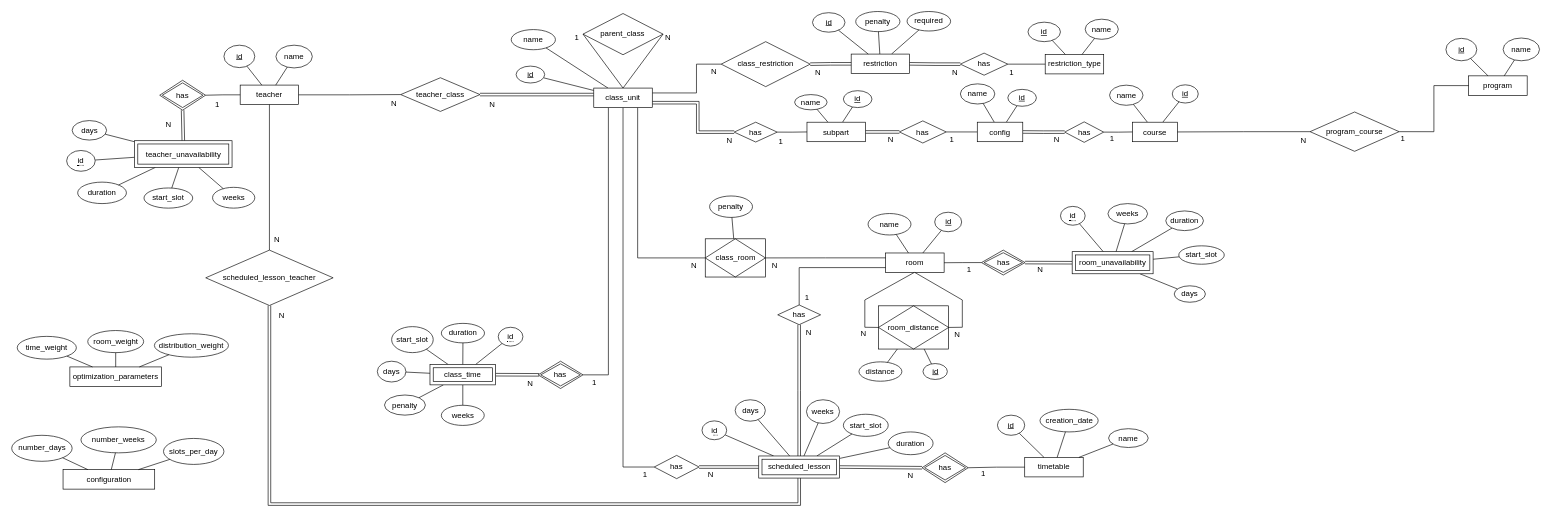
This is Tese/diagramas/base_dados_agendamento.drawio from RRamos19/Master-Thesis, a draw.io file, before an edit. Source tidied: cells renumbered, new cells numbered last; positions are measured from the earlier drawing's top-left corner, leaving out a move shared by most shapes. Both pictures are drawn from the tidied source at 65%, with x=0, y=0 at pixel (12, 11).
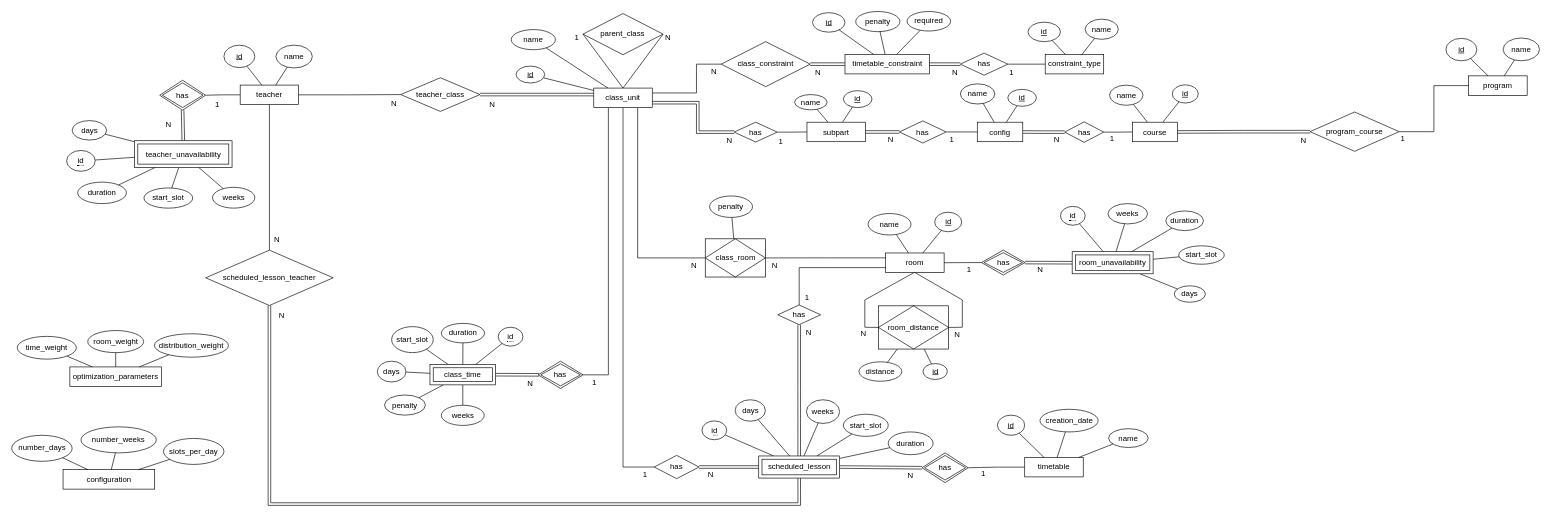
The same page after the edit.

The change refers to these unchanged cells:
```xml
<mxCell id="180" value="course" style="rounded=0;whiteSpace=wrap;html=1;" parent="1" vertex="1">
  <mxGeometry x="1724" y="170.5" width="69" height="30" as="geometry" />
</mxCell>
<mxCell id="186" value="program_course" style="shape=rhombus;perimeter=rhombusPerimeter;whiteSpace=wrap;html=1;align=center;" parent="1" vertex="1">
  <mxGeometry x="1997" y="154.8" width="137" height="60.5" as="geometry" />
</mxCell>
```

The edit, as a diff of the source:
```diff
@@
-    <mxCell id="14" value="restriction_type" style="rounded=0;whiteSpace=wrap;html=1;" parent="1" vertex="1">
+    <mxCell id="14" value="constraint_type" style="rounded=0;whiteSpace=wrap;html=1;" parent="1" vertex="1">
       <mxGeometry x="1589.5" y="66.2" width="90" height="30" as="geometry" />
     </mxCell>
@@
-    <mxCell id="194" value="restriction" style="rounded=0;whiteSpace=wrap;html=1;" parent="1" vertex="1">
-      <mxGeometry x="1291" y="65.7" width="90" height="30" as="geometry" />
+    <mxCell id="194" value="timetable_constraint" style="rounded=0;whiteSpace=wrap;html=1;" parent="1" vertex="1">
+      <mxGeometry x="1281.5" y="66.2" width="130" height="30" as="geometry" />
     </mxCell>
@@
-    <mxCell id="201" value="class_restriction" style="shape=rhombus;perimeter=rhombusPerimeter;whiteSpace=wrap;html=1;align=center;" parent="1" vertex="1">
+    <mxCell id="201" value="class_constraint" style="shape=rhombus;perimeter=rhombusPerimeter;whiteSpace=wrap;html=1;align=center;" parent="1" vertex="1">
       <mxGeometry x="1091" y="46.6" width="137" height="69.2" as="geometry" />
     </mxCell>
-    <mxCell id="202" style="edgeStyle=orthogonalEdgeStyle;rounded=0;jettySize=auto;html=1;endArrow=none;startFill=0;entryX=1;entryY=0.5;entryDx=0;entryDy=0;exitX=0;exitY=0.5;exitDx=0;exitDy=0;" parent="1" edge="1" source="186" target="180">
-      <mxGeometry relative="1" as="geometry" />
-    </mxCell>
@@
+    <mxCell id="202" style="shape=link;html=1;rounded=0;entryX=1;entryY=0.5;entryDx=0;entryDy=0;exitX=0;exitY=0.5;exitDx=0;exitDy=0;edgeStyle=orthogonalEdgeStyle;" parent="1" edge="1" source="186" target="180">
+      <mxGeometry relative="1" as="geometry" />
+    </mxCell>
```
